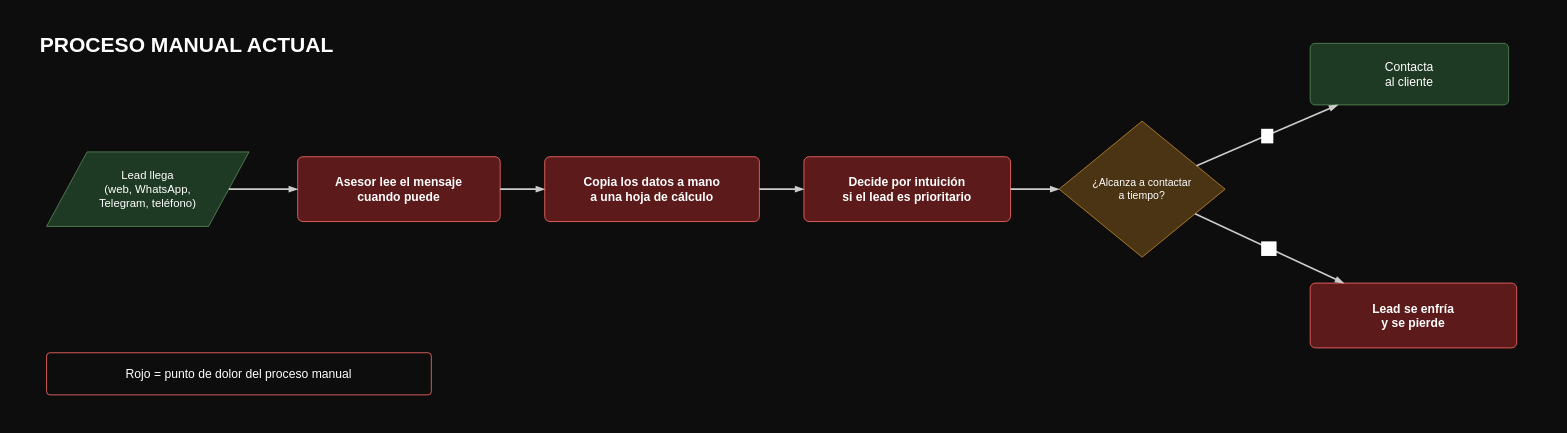
Earlier version of the draw.io diagram documentacion/diagramas/Proceso_Manual.drawio (Argoty/n8n-final-cruz_sinisterra_hernandez_argoty-SeguimientoLeads). Source tidied: cells renumbered, new cells numbered last; positions are measured from the earlier drawing's top-left corner, leaving out a move shared by most shapes. Both pictures are drawn from the tidied source at 81%, with x=0, y=0 at pixel (38, 27).
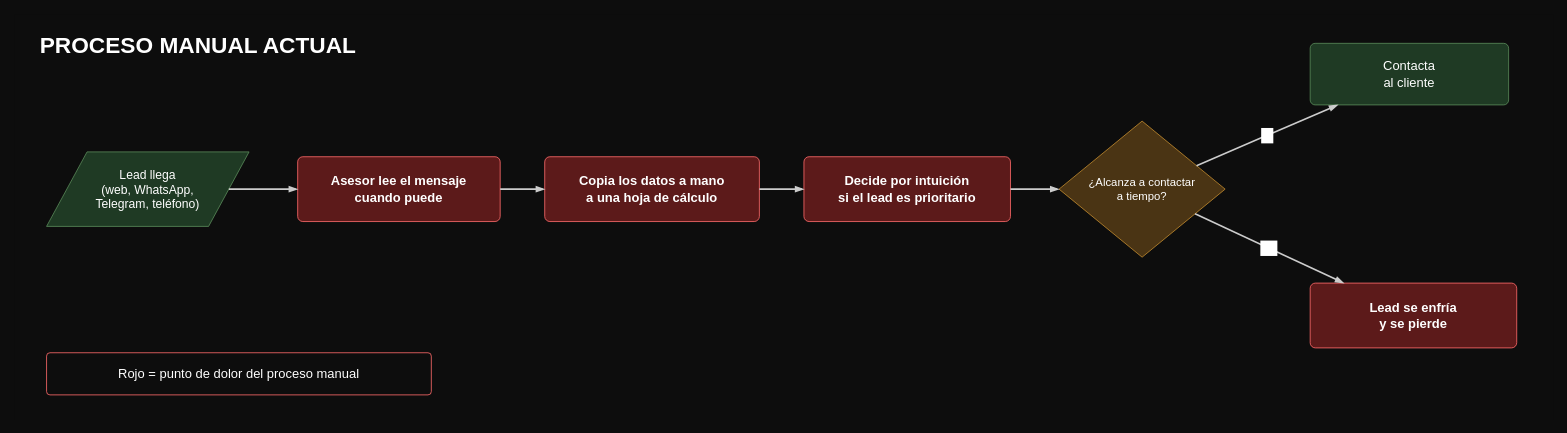
Above is the later version.

Commit message (it also covers changes not shown here):
fix: match Corte 2 style in diagrams and keep empty folders with gitkeep

Change to the diagram source:
```diff
@@
 <mxGraphModel background="#0d0d0d">
   <root>
     <mxCell id="0" />
     <mxCell id="1" parent="0" />
+    <mxCell id="17" style="rounded=0;whiteSpace=wrap;html=1;fillColor=#0d0d0d;strokeColor=none;" parent="1" vertex="1">
+      <mxGeometry x="-30" y="-16" width="1900" height="500" as="geometry" />
+    </mxCell>
-    <mxCell id="2" value="PROCESO MANUAL ACTUAL" style="text;html=1;align=left;verticalAlign=middle;fontSize=26;fontStyle=1;fontColor=#ffffff;" parent="1" vertex="1">
-      <mxGeometry width="700" height="44" as="geometry" />
+    <mxCell id="2" value="PROCESO MANUAL ACTUAL" style="text;html=1;align=left;verticalAlign=middle;fontSize=28;fontStyle=1;fontColor=#ffffff;" parent="1" vertex="1">
+      <mxGeometry y="-2" width="720" height="48" as="geometry" />
     </mxCell>
-    <mxCell id="3" value="Lead llega&lt;br&gt;(web, WhatsApp,&lt;br&gt;Telegram, teléfono)" style="shape=parallelogram;perimeter=parallelogramPerimeter;whiteSpace=wrap;html=1;fillColor=#1f3a24;strokeColor=#5a8a5a;fontColor=#ffffff;fontSize=14;" parent="1" vertex="1">
+    <mxCell id="3" value="Lead llega&lt;br&gt;(web, WhatsApp,&lt;br&gt;Telegram, teléfono)" style="shape=parallelogram;perimeter=parallelogramPerimeter;whiteSpace=wrap;html=1;fillColor=#1f3a24;strokeColor=#5a8a5a;fontColor=#ffffff;fontSize=15;" parent="1" vertex="1">
       <mxGeometry x="10" y="154" width="250" height="92" as="geometry" />
     </mxCell>
-    <mxCell id="4" value="Asesor lee el mensaje&lt;br&gt;cuando puede" style="rounded=1;arcSize=8;whiteSpace=wrap;html=1;fillColor=#5c1a1a;strokeColor=#ff6b6b;fontColor=#ffffff;fontSize=15;fontStyle=1;" parent="1" vertex="1">
+    <mxCell id="4" value="Asesor lee el mensaje&lt;br&gt;cuando puede" style="rounded=1;arcSize=8;whiteSpace=wrap;html=1;fillColor=#5c1a1a;strokeColor=#ff6b6b;fontColor=#ffffff;fontSize=16;fontStyle=1;" parent="1" vertex="1">
       <mxGeometry x="320" y="160" width="250" height="80" as="geometry" />
     </mxCell>
-    <mxCell id="5" value="Copia los datos a mano&lt;br&gt;a una hoja de cálculo" style="rounded=1;arcSize=8;whiteSpace=wrap;html=1;fillColor=#5c1a1a;strokeColor=#ff6b6b;fontColor=#ffffff;fontSize=15;fontStyle=1;" parent="1" vertex="1">
+    <mxCell id="5" value="Copia los datos a mano&lt;br&gt;a una hoja de cálculo" style="rounded=1;arcSize=8;whiteSpace=wrap;html=1;fillColor=#5c1a1a;strokeColor=#ff6b6b;fontColor=#ffffff;fontSize=16;fontStyle=1;" parent="1" vertex="1">
       <mxGeometry x="625" y="160" width="265" height="80" as="geometry" />
     </mxCell>
-    <mxCell id="6" value="Decide por intuición&lt;br&gt;si el lead es prioritario" style="rounded=1;arcSize=8;whiteSpace=wrap;html=1;fillColor=#5c1a1a;strokeColor=#ff6b6b;fontColor=#ffffff;fontSize=15;fontStyle=1;" parent="1" vertex="1">
+    <mxCell id="6" value="Decide por intuición&lt;br&gt;si el lead es prioritario" style="rounded=1;arcSize=8;whiteSpace=wrap;html=1;fillColor=#5c1a1a;strokeColor=#ff6b6b;fontColor=#ffffff;fontSize=16;fontStyle=1;" parent="1" vertex="1">
       <mxGeometry x="945" y="160" width="255" height="80" as="geometry" />
     </mxCell>
-    <mxCell id="7" value="¿Alcanza a contactar&lt;br&gt;a tiempo?" style="rhombus;whiteSpace=wrap;html=1;fillColor=#4a3414;strokeColor=#c08a2e;fontColor=#ffffff;fontSize=13;" parent="1" vertex="1">
+    <mxCell id="7" value="¿Alcanza a contactar&lt;br&gt;a tiempo?" style="rhombus;whiteSpace=wrap;html=1;fillColor=#4a3414;strokeColor=#c08a2e;fontColor=#ffffff;fontSize=14;" parent="1" vertex="1">
       <mxGeometry x="1260" y="116" width="205" height="168" as="geometry" />
     </mxCell>
-    <mxCell id="8" value="Contacta&lt;br&gt;al cliente" style="rounded=1;arcSize=8;whiteSpace=wrap;html=1;fillColor=#1f3a24;strokeColor=#5a8a5a;fontColor=#ffffff;fontSize=15;" parent="1" vertex="1">
+    <mxCell id="8" value="Contacta&lt;br&gt;al cliente" style="rounded=1;arcSize=8;whiteSpace=wrap;html=1;fillColor=#1f3a24;strokeColor=#5a8a5a;fontColor=#ffffff;fontSize=16;" parent="1" vertex="1">
       <mxGeometry x="1570" y="20" width="245" height="76" as="geometry" />
     </mxCell>
-    <mxCell id="9" value="Lead se enfría&lt;br&gt;y se pierde" style="rounded=1;arcSize=8;whiteSpace=wrap;html=1;fillColor=#5c1a1a;strokeColor=#ff6b6b;fontColor=#ffffff;fontSize=15;fontStyle=1;" parent="1" vertex="1">
+    <mxCell id="9" value="Lead se enfría&lt;br&gt;y se pierde" style="rounded=1;arcSize=8;whiteSpace=wrap;html=1;fillColor=#5c1a1a;strokeColor=#ff6b6b;fontColor=#ffffff;fontSize=16;fontStyle=1;" parent="1" vertex="1">
       <mxGeometry x="1570" y="316" width="255" height="80" as="geometry" />
     </mxCell>
-    <mxCell id="10" value="Rojo = punto de dolor del proceso manual" style="rounded=1;arcSize=8;whiteSpace=wrap;html=1;fillColor=none;strokeColor=#ff6b6b;fontColor=#ffffff;fontSize=15;" parent="1" vertex="1">
+    <mxCell id="10" value="Rojo = punto de dolor del proceso manual" style="rounded=1;arcSize=8;whiteSpace=wrap;html=1;fillColor=none;strokeColor=#ff6b6b;fontColor=#ffffff;fontSize=16;" parent="1" vertex="1">
       <mxGeometry x="10" y="402" width="475" height="52" as="geometry" />
     </mxCell>
-    <mxCell id="11" style="html=1;endArrow=blockThin;endFill=1;strokeColor=#cccccc;strokeWidth=2;fontColor=#ffffff;fontSize=15;" parent="1" edge="1" source="3" target="4">
+    <mxCell id="11" style="html=1;endArrow=blockThin;endFill=1;strokeColor=#cccccc;strokeWidth=2;fontColor=#ffffff;fontSize=16;" parent="1" edge="1" source="3" target="4">
       <mxGeometry relative="1" as="geometry" />
     </mxCell>
-    <mxCell id="12" style="html=1;endArrow=blockThin;endFill=1;strokeColor=#cccccc;strokeWidth=2;fontColor=#ffffff;fontSize=15;" parent="1" edge="1" source="4" target="5">
+    <mxCell id="12" style="html=1;endArrow=blockThin;endFill=1;strokeColor=#cccccc;strokeWidth=2;fontColor=#ffffff;fontSize=16;" parent="1" edge="1" source="4" target="5">
       <mxGeometry relative="1" as="geometry" />
     </mxCell>
-    <mxCell id="13" style="html=1;endArrow=blockThin;endFill=1;strokeColor=#cccccc;strokeWidth=2;fontColor=#ffffff;fontSize=15;" parent="1" edge="1" source="5" target="6">
+    <mxCell id="13" style="html=1;endArrow=blockThin;endFill=1;strokeColor=#cccccc;strokeWidth=2;fontColor=#ffffff;fontSize=16;" parent="1" edge="1" source="5" target="6">
       <mxGeometry relative="1" as="geometry" />
     </mxCell>
-    <mxCell id="14" style="html=1;endArrow=blockThin;endFill=1;strokeColor=#cccccc;strokeWidth=2;fontColor=#ffffff;fontSize=15;" parent="1" edge="1" source="6" target="7">
+    <mxCell id="14" style="html=1;endArrow=blockThin;endFill=1;strokeColor=#cccccc;strokeWidth=2;fontColor=#ffffff;fontSize=16;" parent="1" edge="1" source="6" target="7">
       <mxGeometry relative="1" as="geometry" />
     </mxCell>
-    <mxCell id="15" value="Sí" style="html=1;endArrow=blockThin;endFill=1;strokeColor=#cccccc;strokeWidth=2;fontColor=#ffffff;fontSize=15;" parent="1" edge="1" source="7" target="8">
+    <mxCell id="15" value="Sí" style="html=1;endArrow=blockThin;endFill=1;strokeColor=#cccccc;strokeWidth=2;fontColor=#ffffff;fontSize=16;" parent="1" edge="1" source="7" target="8">
       <mxGeometry relative="1" as="geometry" />
     </mxCell>
-    <mxCell id="16" value="No" style="html=1;endArrow=blockThin;endFill=1;strokeColor=#cccccc;strokeWidth=2;fontColor=#ffffff;fontSize=15;" parent="1" edge="1" source="7" target="9">
+    <mxCell id="16" value="No" style="html=1;endArrow=blockThin;endFill=1;strokeColor=#cccccc;strokeWidth=2;fontColor=#ffffff;fontSize=16;" parent="1" edge="1" source="7" target="9">
       <mxGeometry relative="1" as="geometry" />
     </mxCell>
   </root>
 </mxGraphModel>
```
